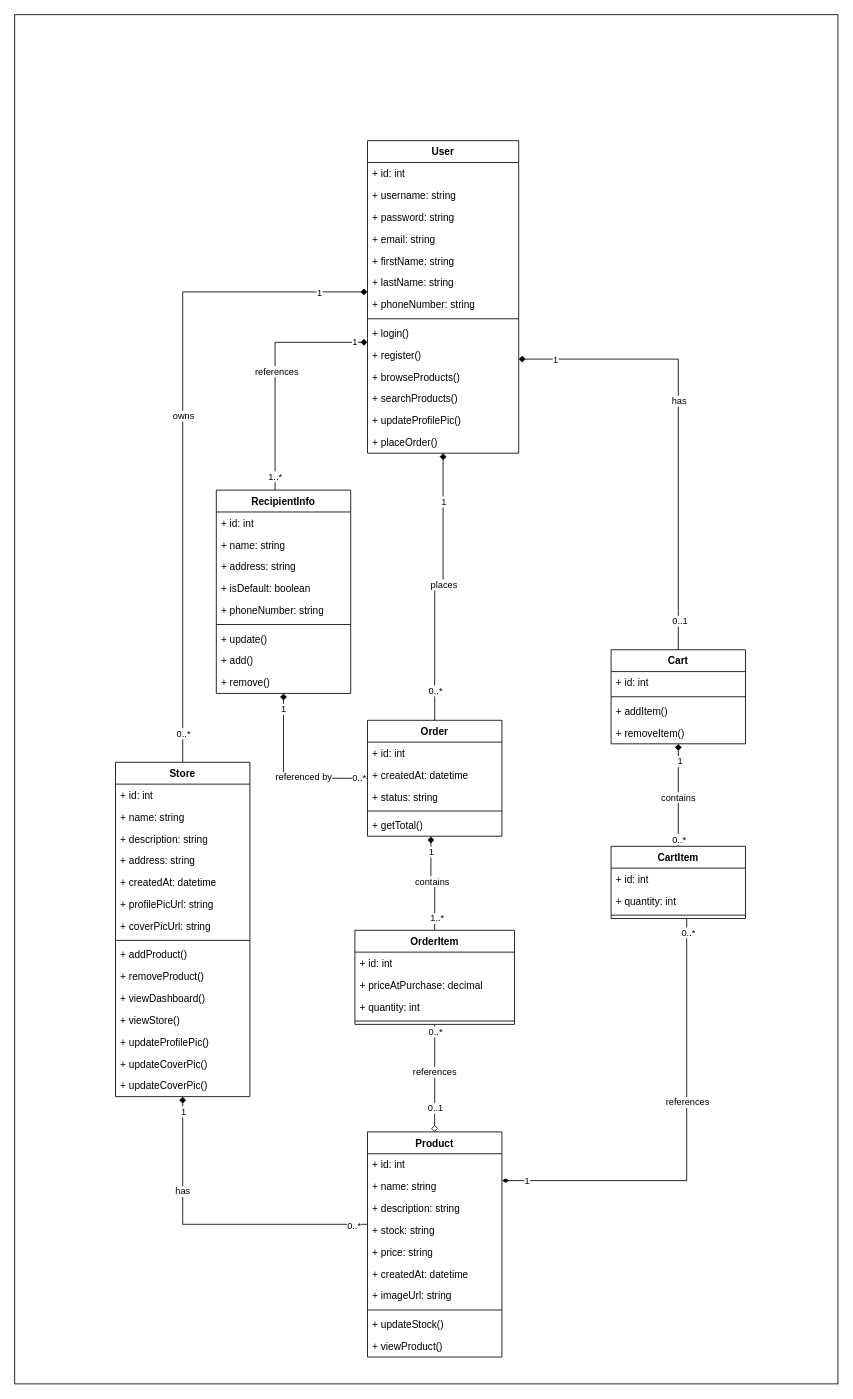
This is page "Class Diagram" (2 of 2) of E-Commerce API Use-case diagram.drawio from RHILIUS/drawio, a draw.io file, before an edit. Source tidied: cells renumbered, new cells numbered last; positions are measured from the earlier drawing's top-left corner, leaving out a move shared by most shapes. Both pictures are drawn from the tidied source at 84%, with x=0, y=0 at pixel (14, 14).
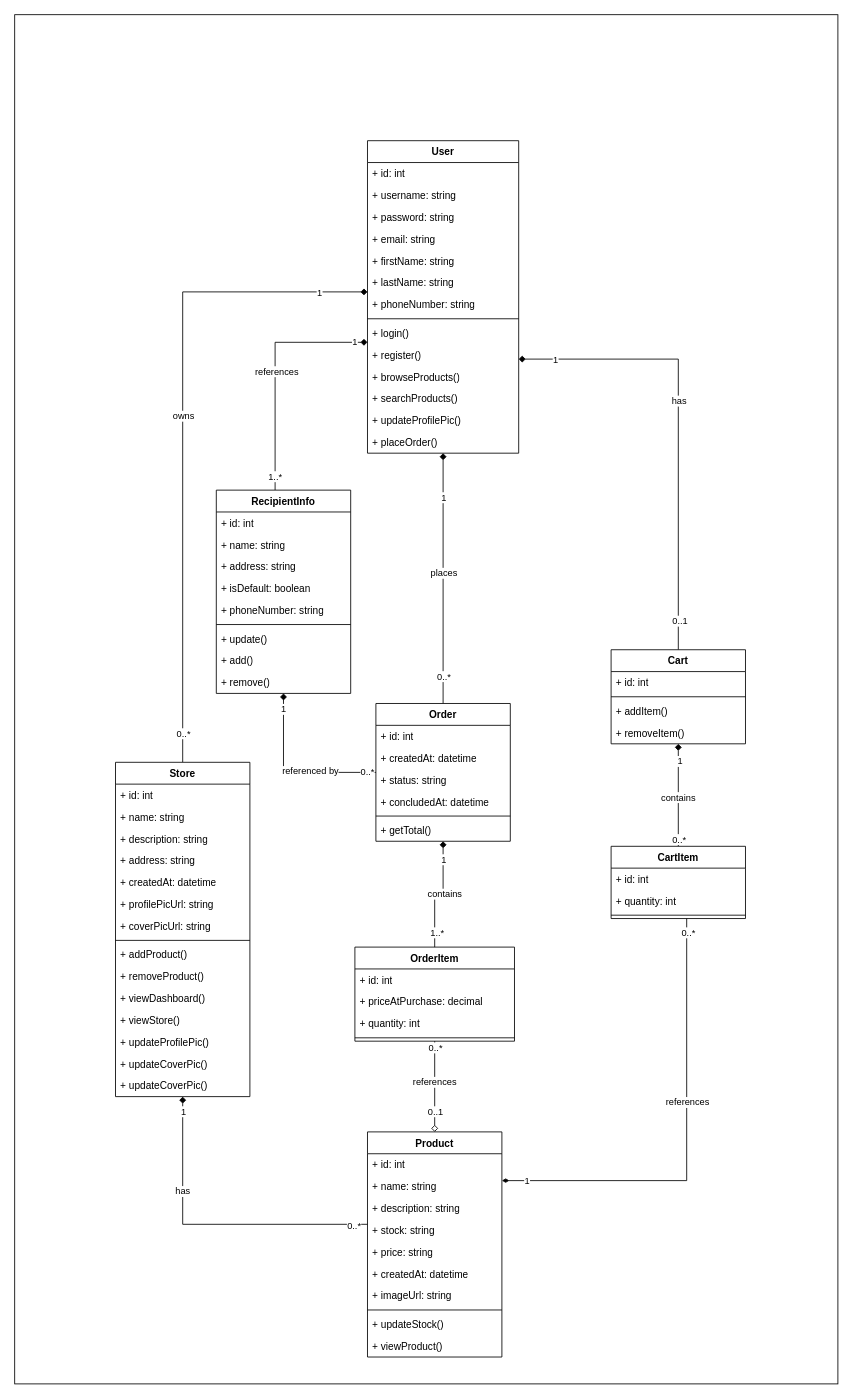
The same page after the edit.

Commit message:
feat: add concludedAt field to Order entity

The edit, as a diff of the source:
```diff
@@
     <mxCell id="58" value="Order" style="swimlane;fontStyle=1;align=center;verticalAlign=top;horizontal=1;startSize=26;whiteSpace=wrap;html=1;" parent="1" vertex="1">
-      <mxGeometry x="420" y="840" width="160" height="138" as="geometry" />
+      <mxGeometry x="430" y="820" width="160" height="164" as="geometry" />
     </mxCell>
@@
+    <mxCell id="115" value="+ concludedAt: datetime" style="text;strokeColor=none;fillColor=none;align=left;verticalAlign=top;spacingLeft=4;spacingRight=4;overflow=hidden;whiteSpace=wrap;html=1;" parent="58" vertex="1">
+      <mxGeometry y="104" width="160" height="26" as="geometry" />
+    </mxCell>
     <mxCell id="62" style="line;strokeWidth=1;fillColor=none;align=left;verticalAlign=middle;spacingTop=-1;spacingLeft=3;spacingRight=3;labelPosition=right;strokeColor=inherit;" parent="58" vertex="1">
-      <mxGeometry y="104" width="160" height="8" as="geometry" />
+      <mxGeometry y="130" width="160" height="8" as="geometry" />
     </mxCell>
     <mxCell id="63" value="+ getTotal()" style="text;strokeColor=none;fillColor=none;align=left;verticalAlign=top;spacingLeft=4;spacingRight=4;overflow=hidden;points=[[0,0.5],[1,0.5]];portConstraint=eastwest;whiteSpace=wrap;html=1;" parent="58" vertex="1">
-      <mxGeometry y="112" width="160" height="26" as="geometry" />
+      <mxGeometry y="138" width="160" height="26" as="geometry" />
     </mxCell>
@@
     <mxCell id="68" value="OrderItem" style="swimlane;fontStyle=1;align=center;verticalAlign=top;horizontal=1;startSize=26;whiteSpace=wrap;html=1;" parent="1" vertex="1">
-      <mxGeometry x="405" y="1090" width="190" height="112" as="geometry" />
+      <mxGeometry x="405" y="1110" width="190" height="112" as="geometry" />
     </mxCell>
@@
-    <mxCell id="73" style="edgeStyle=orthogonalEdgeStyle;rounded=0;jettySize=auto;html=1;entryX=0.472;entryY=1.01;entryDx=0;entryDy=0;entryPerimeter=0;endArrow=diamond;endFill=1;" parent="1" edge="1" source="68" target="63">
+    <mxCell id="73" style="edgeStyle=orthogonalEdgeStyle;rounded=0;jettySize=auto;html=1;endArrow=diamond;endFill=1;" parent="1" edge="1" source="68" target="58">
       <mxGeometry relative="1" as="geometry" />
     </mxCell>
```
